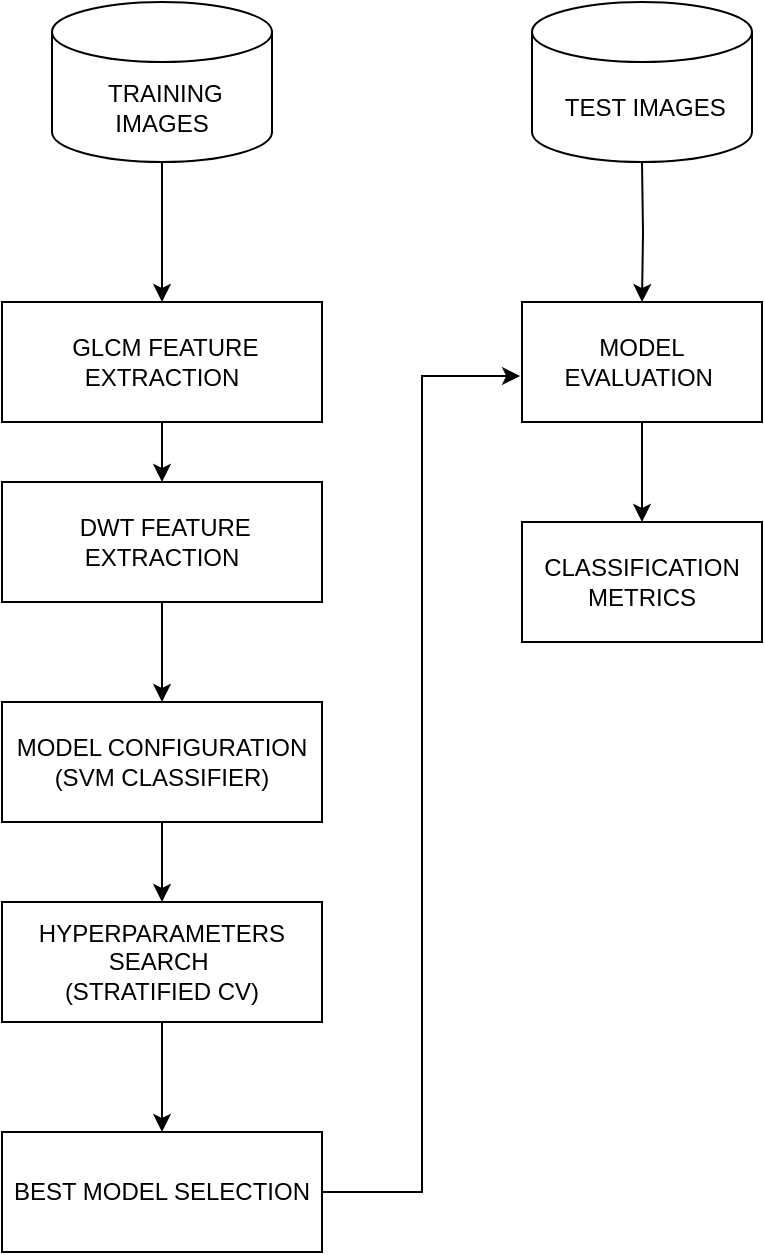
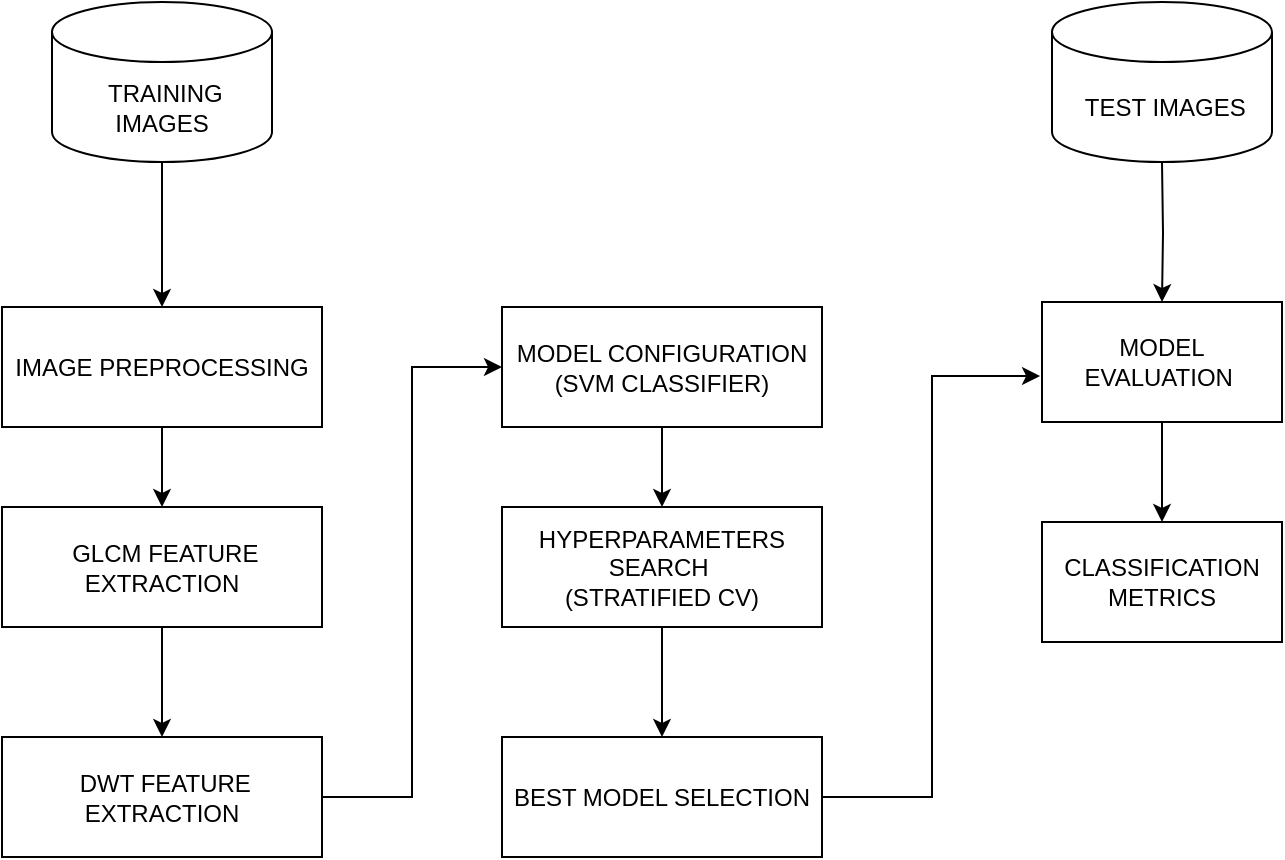
<mxfile host="app.diagrams.net">
  <diagram name="Page-1" id="Prmxn7w634DNLxsjH7Ni">
-     <mxGraphModel dx="1204" dy="762" grid="1" gridSize="10" guides="1" tooltips="1" connect="1" arrows="1" fold="1" page="1" pageScale="1" pageWidth="827" pageHeight="1169" math="0" shadow="0">
+     <mxGraphModel dx="1204" dy="763" grid="1" gridSize="10" guides="1" tooltips="1" connect="1" arrows="1" fold="1" page="1" pageScale="1" pageWidth="827" pageHeight="1169" math="0" shadow="0">
      <root>
        <mxCell id="0" />
        <mxCell id="1" parent="0" />
        <mxCell id="3GNQFcIypI1lWF14nDhn-13" edge="1" parent="1" source="3GNQFcIypI1lWF14nDhn-2" style="edgeStyle=orthogonalEdgeStyle;rounded=0;orthogonalLoop=1;jettySize=auto;html=1;" target="3GNQFcIypI1lWF14nDhn-3">
          <mxGeometry relative="1" as="geometry" />
        </mxCell>
        <mxCell id="3GNQFcIypI1lWF14nDhn-2" parent="1" style="rounded=0;whiteSpace=wrap;html=1;" value="&amp;nbsp;GLCM FEATURE EXTRACTION" vertex="1">
-           <mxGeometry height="60" width="160" x="260" y="160" as="geometry" />
+           <mxGeometry height="60" width="160" x="240" y="262.5" as="geometry" />
        </mxCell>
-         <mxCell id="8fe_8UMAdW8Jk-a4LM5z-5" edge="1" parent="1" source="3GNQFcIypI1lWF14nDhn-3" style="edgeStyle=orthogonalEdgeStyle;rounded=0;orthogonalLoop=1;jettySize=auto;html=1;" target="8fe_8UMAdW8Jk-a4LM5z-1">
+         <mxCell id="LAfCjR-4j-AbEHCvLehb-4" edge="1" parent="1" source="3GNQFcIypI1lWF14nDhn-3" style="edgeStyle=orthogonalEdgeStyle;rounded=0;orthogonalLoop=1;jettySize=auto;html=1;entryX=0;entryY=0.5;entryDx=0;entryDy=0;" target="8fe_8UMAdW8Jk-a4LM5z-1">
          <mxGeometry relative="1" as="geometry" />
        </mxCell>
        <mxCell id="3GNQFcIypI1lWF14nDhn-3" parent="1" style="rounded=0;whiteSpace=wrap;html=1;" value="&amp;nbsp;DWT FEATURE EXTRACTION" vertex="1">
-           <mxGeometry height="60" width="160" x="260" y="250" as="geometry" />
+           <mxGeometry height="60" width="160" x="240" y="377.5" as="geometry" />
        </mxCell>
        <mxCell id="3GNQFcIypI1lWF14nDhn-16" edge="1" parent="1" style="edgeStyle=orthogonalEdgeStyle;rounded=0;orthogonalLoop=1;jettySize=auto;html=1;" target="3GNQFcIypI1lWF14nDhn-9">
          <mxGeometry relative="1" as="geometry">
-             <mxPoint x="580" y="90" as="sourcePoint" />
+             <mxPoint x="820" y="90" as="sourcePoint" />
          </mxGeometry>
        </mxCell>
        <mxCell id="3GNQFcIypI1lWF14nDhn-17" edge="1" parent="1" source="3GNQFcIypI1lWF14nDhn-9" style="edgeStyle=orthogonalEdgeStyle;rounded=0;orthogonalLoop=1;jettySize=auto;html=1;" target="3GNQFcIypI1lWF14nDhn-10">
          <mxGeometry relative="1" as="geometry" />
        </mxCell>
        <mxCell id="3GNQFcIypI1lWF14nDhn-9" parent="1" style="rounded=0;whiteSpace=wrap;html=1;" value="MODEL EVALUATION&amp;nbsp;" vertex="1">
-           <mxGeometry height="60" width="120" x="520" y="160" as="geometry" />
+           <mxGeometry height="60" width="120" x="760" y="160" as="geometry" />
        </mxCell>
        <mxCell id="3GNQFcIypI1lWF14nDhn-10" parent="1" style="rounded=0;whiteSpace=wrap;html=1;" value="CLASSIFICATION METRICS" vertex="1">
-           <mxGeometry height="60" width="120" x="520" y="270" as="geometry" />
+           <mxGeometry height="60" width="120" x="760" y="270" as="geometry" />
        </mxCell>
-         <mxCell id="8fe_8UMAdW8Jk-a4LM5z-4" edge="1" parent="1" source="3GNQFcIypI1lWF14nDhn-19" style="edgeStyle=orthogonalEdgeStyle;rounded=0;orthogonalLoop=1;jettySize=auto;html=1;entryX=0.5;entryY=0;entryDx=0;entryDy=0;" target="3GNQFcIypI1lWF14nDhn-2">
+         <mxCell id="LAfCjR-4j-AbEHCvLehb-2" edge="1" parent="1" source="3GNQFcIypI1lWF14nDhn-19" style="edgeStyle=orthogonalEdgeStyle;rounded=0;orthogonalLoop=1;jettySize=auto;html=1;entryX=0.5;entryY=0;entryDx=0;entryDy=0;" target="LAfCjR-4j-AbEHCvLehb-1">
          <mxGeometry relative="1" as="geometry" />
        </mxCell>
        <mxCell id="3GNQFcIypI1lWF14nDhn-19" parent="1" style="shape=cylinder3;whiteSpace=wrap;html=1;boundedLbl=1;backgroundOutline=1;size=15;" value="&amp;nbsp;TRAINING IMAGES" vertex="1">
-           <mxGeometry height="80" width="110" x="285" y="10" as="geometry" />
+           <mxGeometry height="80" width="110" x="265" y="10" as="geometry" />
        </mxCell>
        <mxCell id="3GNQFcIypI1lWF14nDhn-20" parent="1" style="shape=cylinder3;whiteSpace=wrap;html=1;boundedLbl=1;backgroundOutline=1;size=15;" value="&amp;nbsp;TEST IMAGES" vertex="1">
-           <mxGeometry height="80" width="110" x="525" y="10" as="geometry" />
+           <mxGeometry height="80" width="110" x="765" y="10" as="geometry" />
        </mxCell>
        <mxCell id="8fe_8UMAdW8Jk-a4LM5z-6" edge="1" parent="1" source="8fe_8UMAdW8Jk-a4LM5z-1" style="edgeStyle=orthogonalEdgeStyle;rounded=0;orthogonalLoop=1;jettySize=auto;html=1;entryX=0.5;entryY=0;entryDx=0;entryDy=0;" target="8fe_8UMAdW8Jk-a4LM5z-2">
          <mxGeometry relative="1" as="geometry" />
        </mxCell>
        <mxCell id="8fe_8UMAdW8Jk-a4LM5z-1" parent="1" style="rounded=0;whiteSpace=wrap;html=1;" value="MODEL CONFIGURATION (SVM CLASSIFIER)" vertex="1">
-           <mxGeometry height="60" width="160" x="260" y="360" as="geometry" />
+           <mxGeometry height="60" width="160" x="490" y="162.5" as="geometry" />
        </mxCell>
        <mxCell id="8fe_8UMAdW8Jk-a4LM5z-7" edge="1" parent="1" source="8fe_8UMAdW8Jk-a4LM5z-2" style="edgeStyle=orthogonalEdgeStyle;rounded=0;orthogonalLoop=1;jettySize=auto;html=1;entryX=0.5;entryY=0;entryDx=0;entryDy=0;" target="8fe_8UMAdW8Jk-a4LM5z-3">
          <mxGeometry relative="1" as="geometry" />
        </mxCell>
        <mxCell id="8fe_8UMAdW8Jk-a4LM5z-2" parent="1" style="rounded=0;whiteSpace=wrap;html=1;" value="&lt;div&gt;HYPERPARAMETERS SEARCH&amp;nbsp;&lt;/div&gt;&lt;div&gt;(STRATIFIED CV)&lt;/div&gt;" vertex="1">
-           <mxGeometry height="60" width="160" x="260" y="460" as="geometry" />
+           <mxGeometry height="60" width="160" x="490" y="262.5" as="geometry" />
        </mxCell>
        <mxCell id="8fe_8UMAdW8Jk-a4LM5z-3" parent="1" style="rounded=0;whiteSpace=wrap;html=1;" value="BEST MODEL SELECTION" vertex="1">
-           <mxGeometry height="60" width="160" x="260" y="575" as="geometry" />
+           <mxGeometry height="60" width="160" x="490" y="377.5" as="geometry" />
        </mxCell>
        <mxCell id="8fe_8UMAdW8Jk-a4LM5z-8" edge="1" parent="1" source="8fe_8UMAdW8Jk-a4LM5z-3" style="edgeStyle=orthogonalEdgeStyle;rounded=0;orthogonalLoop=1;jettySize=auto;html=1;entryX=-0.008;entryY=0.617;entryDx=0;entryDy=0;entryPerimeter=0;" target="3GNQFcIypI1lWF14nDhn-9">
          <mxGeometry relative="1" as="geometry" />
+         </mxCell>
+         <mxCell id="LAfCjR-4j-AbEHCvLehb-3" edge="1" parent="1" source="LAfCjR-4j-AbEHCvLehb-1" style="edgeStyle=orthogonalEdgeStyle;rounded=0;orthogonalLoop=1;jettySize=auto;html=1;entryX=0.5;entryY=0;entryDx=0;entryDy=0;" target="3GNQFcIypI1lWF14nDhn-2">
+           <mxGeometry relative="1" as="geometry" />
+         </mxCell>
+         <mxCell id="LAfCjR-4j-AbEHCvLehb-1" parent="1" style="rounded=0;whiteSpace=wrap;html=1;" value="IMAGE PREPROCESSING" vertex="1">
+           <mxGeometry height="60" width="160" x="240" y="162.5" as="geometry" />
        </mxCell>
      </root>
    </mxGraphModel>
  </diagram>
</mxfile>
